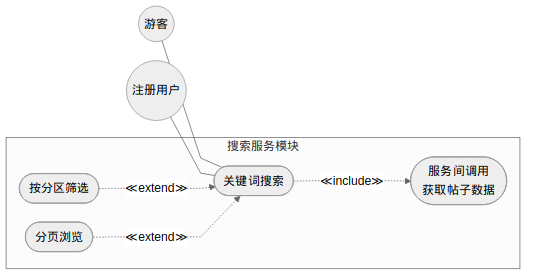
The Mermaid diagram docs/diagrams/fig3-6-search-usecase.png in Wkjlovec/graduation_project_zhuang, before a commit. Its source is kept beside it as docs/diagrams/fig3-6-search-usecase.mmd.
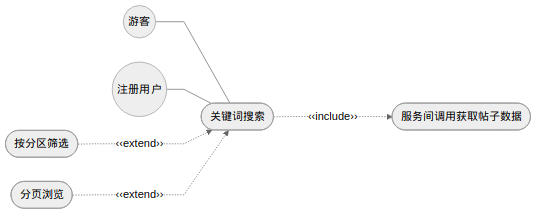
After the change.

The edit, as a diff of the source:
```diff
@@ -1,18 +1,7 @@
-%%{init: {'theme': 'neutral', 'flowchart': {'curve': 'linear', 'rankSpacing': 35, 'nodeSpacing': 25}}}%%
+%%{init: {'theme': 'neutral', 'flowchart': {'curve': 'linear', 'rankSpacing': 50, 'nodeSpacing': 35}}}%%
 graph LR
-    Guest((游客))
-    User((注册用户))
-
-    subgraph 搜索服务模块
-        direction TB
-        UC1([关键词搜索])
-        UC2([服务间调用\n获取帖子数据])
-        UC3([按分区筛选])
-        UC4([分页浏览])
-    end
-
-    Guest --- UC1
-    User --- UC1
-    UC1 -..->|"≪include≫"| UC2
-    UC3 -..->|"≪extend≫"| UC1
-    UC4 -..->|"≪extend≫"| UC1
+    Guest((游客)) --- UC1([关键词搜索])
+    User((注册用户)) --- UC1
+    UC1 -..->|"‹‹include››"| UC2([服务间调用获取帖子数据])
+    UC3([按分区筛选]) -..->|"‹‹extend››"| UC1
+    UC4([分页浏览]) -..->|"‹‹extend››"| UC1
```
